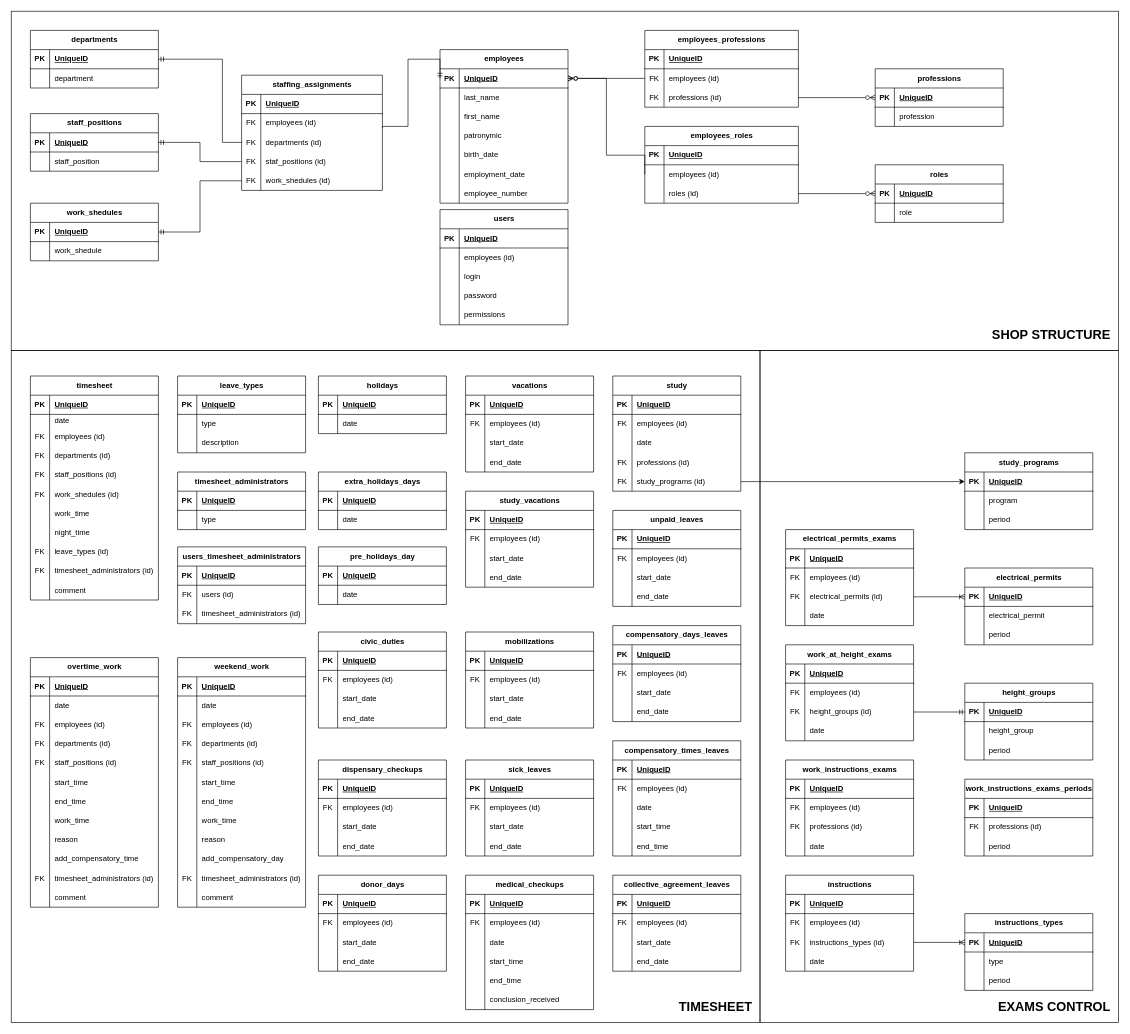
Before: documentation/Database_diagrams.drawio in DRUsmanov/the_system_project, a draw.io diagram. Source tidied: cells renumbered, new cells numbered last; positions are measured from the earlier drawing's top-left corner, leaving out a move shared by most shapes. Both pictures are drawn from the tidied source at 64%, with x=0, y=0 at pixel (11, 11).
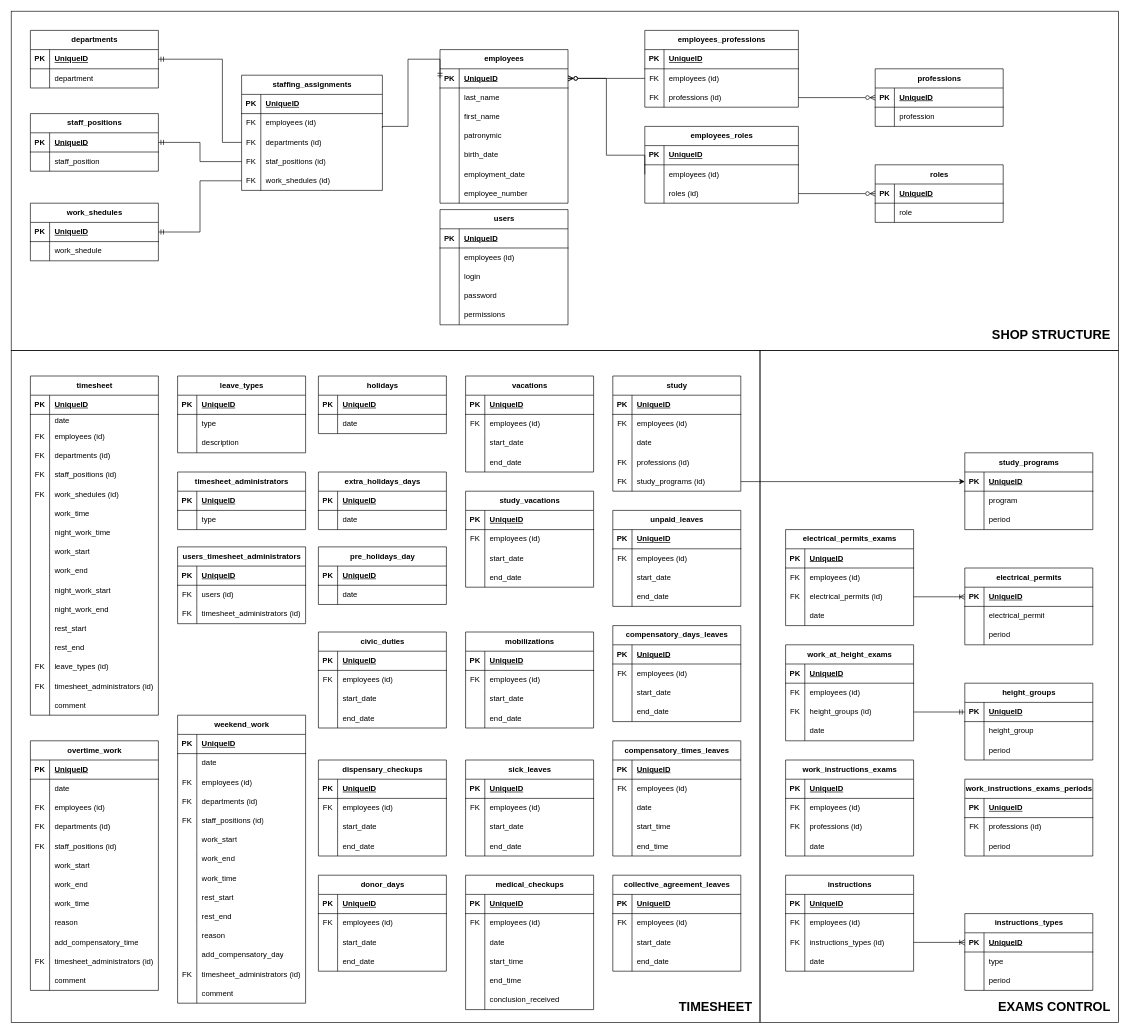
The same diagram, later.

The change refers to these unchanged cells:
```xml
<mxCell id="83" style="shape=tableRow;horizontal=0;startSize=0;swimlaneHead=0;swimlaneBody=0;fillColor=none;top=0;left=0;right=0;bottom=0;" parent="61" vertex="1">
  <mxGeometry y="230" width="200" height="30" as="geometry" />
</mxCell>
<mxCell id="140" style="shape=tableRow;horizontal=0;startSize=0;swimlaneHead=0;swimlaneBody=0;fillColor=none;top=0;left=0;right=0;bottom=0;" parent="124" vertex="1">
  <mxGeometry y="180" width="200" height="30" as="geometry" />
</mxCell>
<mxCell id="143" style="shape=tableRow;horizontal=0;startSize=0;swimlaneHead=0;swimlaneBody=0;fillColor=none;top=0;left=0;right=0;bottom=0;" parent="124" vertex="1">
  <mxGeometry y="210" width="200" height="30" as="geometry" />
</mxCell>
<mxCell id="177" style="shape=tableRow;horizontal=0;startSize=0;swimlaneHead=0;swimlaneBody=0;fillColor=none;top=0;left=0;right=0;bottom=0;" parent="161" vertex="1">
  <mxGeometry y="180" width="200" height="30" as="geometry" />
</mxCell>
<mxCell id="180" style="shape=tableRow;horizontal=0;startSize=0;swimlaneHead=0;swimlaneBody=0;fillColor=none;top=0;left=0;right=0;bottom=0;" parent="161" vertex="1">
  <mxGeometry y="210" width="200" height="30" as="geometry" />
</mxCell>
```

What changed in the source:
```diff
@@
     <mxCell id="61" value="timesheet" style="shape=table;startSize=30;childLayout=tableLayout;rowLines=0;fontStyle=1;align=center;html=1;" parent="1" vertex="1">
-      <mxGeometry x="30" y="570" width="200" height="350" as="geometry" />
+      <mxGeometry x="30" y="570" width="200" height="530" as="geometry" />
     </mxCell>
@@
-    <mxCell id="85" value="night_time" style="shape=partialRectangle;fillColor=none;top=0;left=0;bottom=0;right=0;align=left;spacingLeft=6;overflow=hidden;whiteSpace=wrap;html=1;" parent="83" vertex="1">
+    <mxCell id="85" value="night_work_time" style="shape=partialRectangle;fillColor=none;top=0;left=0;bottom=0;right=0;align=left;spacingLeft=6;overflow=hidden;whiteSpace=wrap;html=1;" parent="83" vertex="1">
       <mxGeometry x="30" width="170" height="30" as="geometry" />
     </mxCell>
+    <mxCell id="568" style="shape=tableRow;horizontal=0;startSize=0;swimlaneHead=0;swimlaneBody=0;fillColor=none;top=0;left=0;right=0;bottom=0;" parent="61" vertex="1">
+      <mxGeometry y="260" width="200" height="30" as="geometry" />
+    </mxCell>
+    <mxCell id="569" style="shape=partialRectangle;fillColor=none;top=0;left=0;bottom=0;right=0;overflow=hidden;whiteSpace=wrap;html=1;" parent="568" vertex="1">
+      <mxGeometry width="30" height="30" as="geometry" />
+    </mxCell>
+    <mxCell id="570" value="work_start" style="shape=partialRectangle;fillColor=none;top=0;left=0;bottom=0;right=0;align=left;spacingLeft=6;overflow=hidden;whiteSpace=wrap;html=1;" parent="568" vertex="1">
+      <mxGeometry x="30" width="170" height="30" as="geometry" />
+    </mxCell>
+    <mxCell id="571" style="shape=tableRow;horizontal=0;startSize=0;swimlaneHead=0;swimlaneBody=0;fillColor=none;top=0;left=0;right=0;bottom=0;" parent="61" vertex="1">
+      <mxGeometry y="290" width="200" height="30" as="geometry" />
+    </mxCell>
+    <mxCell id="572" style="shape=partialRectangle;fillColor=none;top=0;left=0;bottom=0;right=0;overflow=hidden;whiteSpace=wrap;html=1;" parent="571" vertex="1">
+      <mxGeometry width="30" height="30" as="geometry" />
+    </mxCell>
+    <mxCell id="573" value="work_end" style="shape=partialRectangle;fillColor=none;top=0;left=0;bottom=0;right=0;align=left;spacingLeft=6;overflow=hidden;whiteSpace=wrap;html=1;" parent="571" vertex="1">
+      <mxGeometry x="30" width="170" height="30" as="geometry" />
+    </mxCell>
+    <mxCell id="574" style="shape=tableRow;horizontal=0;startSize=0;swimlaneHead=0;swimlaneBody=0;fillColor=none;top=0;left=0;right=0;bottom=0;" parent="61" vertex="1">
+      <mxGeometry y="320" width="200" height="30" as="geometry" />
+    </mxCell>
+    <mxCell id="575" style="shape=partialRectangle;fillColor=none;top=0;left=0;bottom=0;right=0;overflow=hidden;whiteSpace=wrap;html=1;" parent="574" vertex="1">
+      <mxGeometry width="30" height="30" as="geometry" />
+    </mxCell>
+    <mxCell id="576" value="night_work_start" style="shape=partialRectangle;fillColor=none;top=0;left=0;bottom=0;right=0;align=left;spacingLeft=6;overflow=hidden;whiteSpace=wrap;html=1;" parent="574" vertex="1">
+      <mxGeometry x="30" width="170" height="30" as="geometry" />
+    </mxCell>
+    <mxCell id="577" style="shape=tableRow;horizontal=0;startSize=0;swimlaneHead=0;swimlaneBody=0;fillColor=none;top=0;left=0;right=0;bottom=0;" parent="61" vertex="1">
+      <mxGeometry y="350" width="200" height="30" as="geometry" />
+    </mxCell>
+    <mxCell id="578" style="shape=partialRectangle;fillColor=none;top=0;left=0;bottom=0;right=0;overflow=hidden;whiteSpace=wrap;html=1;" parent="577" vertex="1">
+      <mxGeometry width="30" height="30" as="geometry" />
+    </mxCell>
+    <mxCell id="579" value="night_work_end" style="shape=partialRectangle;fillColor=none;top=0;left=0;bottom=0;right=0;align=left;spacingLeft=6;overflow=hidden;whiteSpace=wrap;html=1;" parent="577" vertex="1">
+      <mxGeometry x="30" width="170" height="30" as="geometry" />
+    </mxCell>
+    <mxCell id="580" style="shape=tableRow;horizontal=0;startSize=0;swimlaneHead=0;swimlaneBody=0;fillColor=none;top=0;left=0;right=0;bottom=0;" parent="61" vertex="1">
+      <mxGeometry y="380" width="200" height="30" as="geometry" />
+    </mxCell>
+    <mxCell id="581" style="shape=partialRectangle;fillColor=none;top=0;left=0;bottom=0;right=0;overflow=hidden;whiteSpace=wrap;html=1;" parent="580" vertex="1">
+      <mxGeometry width="30" height="30" as="geometry" />
+    </mxCell>
+    <mxCell id="582" value="rest_start" style="shape=partialRectangle;fillColor=none;top=0;left=0;bottom=0;right=0;align=left;spacingLeft=6;overflow=hidden;whiteSpace=wrap;html=1;" parent="580" vertex="1">
+      <mxGeometry x="30" width="170" height="30" as="geometry" />
+    </mxCell>
+    <mxCell id="583" style="shape=tableRow;horizontal=0;startSize=0;swimlaneHead=0;swimlaneBody=0;fillColor=none;top=0;left=0;right=0;bottom=0;" parent="61" vertex="1">
+      <mxGeometry y="410" width="200" height="30" as="geometry" />
+    </mxCell>
+    <mxCell id="584" style="shape=partialRectangle;fillColor=none;top=0;left=0;bottom=0;right=0;overflow=hidden;whiteSpace=wrap;html=1;" parent="583" vertex="1">
+      <mxGeometry width="30" height="30" as="geometry" />
+    </mxCell>
+    <mxCell id="585" value="rest_end" style="shape=partialRectangle;fillColor=none;top=0;left=0;bottom=0;right=0;align=left;spacingLeft=6;overflow=hidden;whiteSpace=wrap;html=1;" parent="583" vertex="1">
+      <mxGeometry x="30" width="170" height="30" as="geometry" />
+    </mxCell>
     <mxCell id="86" style="shape=tableRow;horizontal=0;startSize=0;swimlaneHead=0;swimlaneBody=0;fillColor=none;top=0;left=0;right=0;bottom=0;" parent="61" vertex="1">
-      <mxGeometry y="260" width="200" height="30" as="geometry" />
+      <mxGeometry y="440" width="200" height="30" as="geometry" />
     </mxCell>
@@
     <mxCell id="89" style="shape=tableRow;horizontal=0;startSize=0;swimlaneHead=0;swimlaneBody=0;fillColor=none;top=0;left=0;right=0;bottom=0;" parent="61" vertex="1">
-      <mxGeometry y="290" width="200" height="30" as="geometry" />
+      <mxGeometry y="470" width="200" height="30" as="geometry" />
     </mxCell>
@@
     <mxCell id="92" style="shape=tableRow;horizontal=0;startSize=0;swimlaneHead=0;swimlaneBody=0;fillColor=none;top=0;left=0;right=0;bottom=0;" parent="61" vertex="1">
-      <mxGeometry y="320" width="200" height="30" as="geometry" />
+      <mxGeometry y="500" width="200" height="30" as="geometry" />
     </mxCell>
@@
     <mxCell id="124" value="overtime_work" style="shape=table;startSize=30;childLayout=tableLayout;rowLines=0;fontStyle=1;align=center;html=1;" parent="1" vertex="1">
-      <mxGeometry x="30" y="1010" width="200" height="390" as="geometry" />
+      <mxGeometry x="30" y="1140" width="200" height="390" as="geometry" />
     </mxCell>
@@
-    <mxCell id="142" value="start_time" style="shape=partialRectangle;fillColor=none;top=0;left=0;bottom=0;right=0;align=left;spacingLeft=6;overflow=hidden;whiteSpace=wrap;html=1;" parent="140" vertex="1">
+    <mxCell id="142" value="work_start" style="shape=partialRectangle;fillColor=none;top=0;left=0;bottom=0;right=0;align=left;spacingLeft=6;overflow=hidden;whiteSpace=wrap;html=1;" parent="140" vertex="1">
       <mxGeometry x="30" width="170" height="30" as="geometry" />
     </mxCell>
@@
-    <mxCell id="145" value="end_time" style="shape=partialRectangle;fillColor=none;top=0;left=0;bottom=0;right=0;align=left;spacingLeft=6;overflow=hidden;whiteSpace=wrap;html=1;" parent="143" vertex="1">
+    <mxCell id="145" value="work_end" style="shape=partialRectangle;fillColor=none;top=0;left=0;bottom=0;right=0;align=left;spacingLeft=6;overflow=hidden;whiteSpace=wrap;html=1;" parent="143" vertex="1">
       <mxGeometry x="30" width="170" height="30" as="geometry" />
     </mxCell>
@@
     <mxCell id="161" value="weekend_work" style="shape=table;startSize=30;childLayout=tableLayout;rowLines=0;fontStyle=1;align=center;html=1;" parent="1" vertex="1">
-      <mxGeometry x="260" y="1010" width="200" height="390" as="geometry" />
+      <mxGeometry x="260" y="1100" width="200" height="450" as="geometry" />
     </mxCell>
@@
-    <mxCell id="179" value="start_time" style="shape=partialRectangle;fillColor=none;top=0;left=0;bottom=0;right=0;align=left;spacingLeft=6;overflow=hidden;whiteSpace=wrap;html=1;" parent="177" vertex="1">
+    <mxCell id="179" value="work_start" style="shape=partialRectangle;fillColor=none;top=0;left=0;bottom=0;right=0;align=left;spacingLeft=6;overflow=hidden;whiteSpace=wrap;html=1;" parent="177" vertex="1">
       <mxGeometry x="30" width="170" height="30" as="geometry" />
     </mxCell>
@@
-    <mxCell id="182" value="end_time" style="shape=partialRectangle;fillColor=none;top=0;left=0;bottom=0;right=0;align=left;spacingLeft=6;overflow=hidden;whiteSpace=wrap;html=1;" parent="180" vertex="1">
+    <mxCell id="182" value="work_end" style="shape=partialRectangle;fillColor=none;top=0;left=0;bottom=0;right=0;align=left;spacingLeft=6;overflow=hidden;whiteSpace=wrap;html=1;" parent="180" vertex="1">
       <mxGeometry x="30" width="170" height="30" as="geometry" />
     </mxCell>
@@
+    <mxCell id="586" style="shape=tableRow;horizontal=0;startSize=0;swimlaneHead=0;swimlaneBody=0;fillColor=none;top=0;left=0;right=0;bottom=0;" parent="161" vertex="1">
+      <mxGeometry y="270" width="200" height="30" as="geometry" />
+    </mxCell>
+    <mxCell id="587" style="shape=partialRectangle;fillColor=none;top=0;left=0;bottom=0;right=0;overflow=hidden;whiteSpace=wrap;html=1;" parent="586" vertex="1">
+      <mxGeometry width="30" height="30" as="geometry" />
+    </mxCell>
+    <mxCell id="588" value="rest_start" style="shape=partialRectangle;fillColor=none;top=0;left=0;bottom=0;right=0;align=left;spacingLeft=6;overflow=hidden;whiteSpace=wrap;html=1;" parent="586" vertex="1">
+      <mxGeometry x="30" width="170" height="30" as="geometry" />
+    </mxCell>
+    <mxCell id="589" style="shape=tableRow;horizontal=0;startSize=0;swimlaneHead=0;swimlaneBody=0;fillColor=none;top=0;left=0;right=0;bottom=0;" parent="161" vertex="1">
+      <mxGeometry y="300" width="200" height="30" as="geometry" />
+    </mxCell>
+    <mxCell id="590" style="shape=partialRectangle;fillColor=none;top=0;left=0;bottom=0;right=0;overflow=hidden;whiteSpace=wrap;html=1;" parent="589" vertex="1">
+      <mxGeometry width="30" height="30" as="geometry" />
+    </mxCell>
+    <mxCell id="591" value="rest_end" style="shape=partialRectangle;fillColor=none;top=0;left=0;bottom=0;right=0;align=left;spacingLeft=6;overflow=hidden;whiteSpace=wrap;html=1;" parent="589" vertex="1">
+      <mxGeometry x="30" width="170" height="30" as="geometry" />
+    </mxCell>
     <mxCell id="186" style="shape=tableRow;horizontal=0;startSize=0;swimlaneHead=0;swimlaneBody=0;fillColor=none;top=0;left=0;right=0;bottom=0;" parent="161" vertex="1">
-      <mxGeometry y="270" width="200" height="30" as="geometry" />
+      <mxGeometry y="330" width="200" height="30" as="geometry" />
     </mxCell>
@@
     <mxCell id="189" style="shape=tableRow;horizontal=0;startSize=0;swimlaneHead=0;swimlaneBody=0;fillColor=none;top=0;left=0;right=0;bottom=0;" parent="161" vertex="1">
-      <mxGeometry y="300" width="200" height="30" as="geometry" />
+      <mxGeometry y="360" width="200" height="30" as="geometry" />
     </mxCell>
@@
     <mxCell id="192" style="shape=tableRow;horizontal=0;startSize=0;swimlaneHead=0;swimlaneBody=0;fillColor=none;top=0;left=0;right=0;bottom=0;" parent="161" vertex="1">
-      <mxGeometry y="330" width="200" height="30" as="geometry" />
+      <mxGeometry y="390" width="200" height="30" as="geometry" />
     </mxCell>
@@
     <mxCell id="195" style="shape=tableRow;horizontal=0;startSize=0;swimlaneHead=0;swimlaneBody=0;fillColor=none;top=0;left=0;right=0;bottom=0;" parent="161" vertex="1">
-      <mxGeometry y="360" width="200" height="30" as="geometry" />
+      <mxGeometry y="420" width="200" height="30" as="geometry" />
     </mxCell>
```
